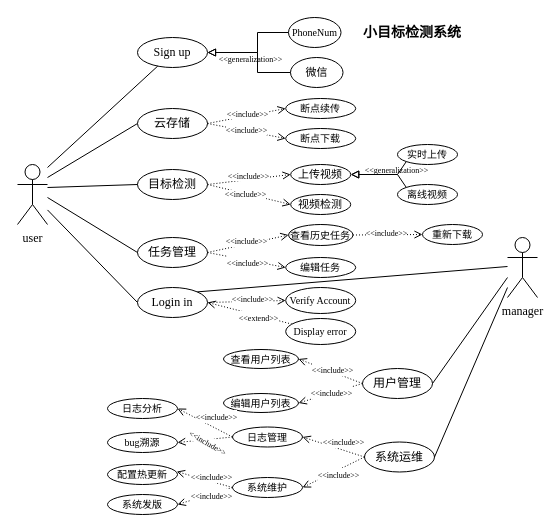
Earlier version of the draw.io diagram DrawIO_file/毕业论文画图/系统需求示例图.drawio (DingDongZz/typera_PicGO). Source tidied: cells renumbered, new cells numbered last; positions are measured from the earlier drawing's top-left corner, leaving out a move shared by most shapes. Both pictures are drawn from the tidied source at 100%, with x=0, y=0 at pixel (17, 17).
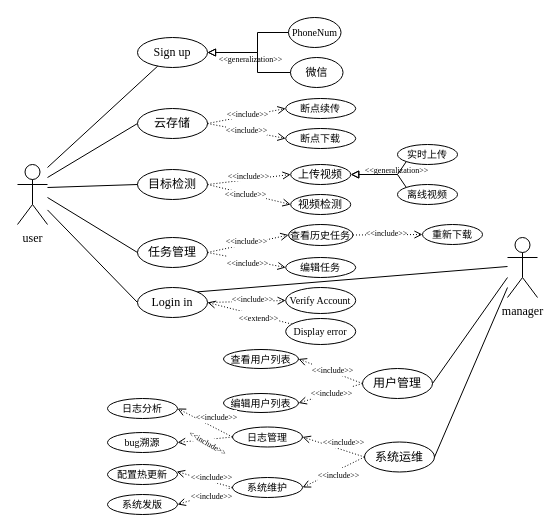
After the change.

Commit message:
更新系统需求示例图.drawio

What changed in the source:
```diff
@@
-    <mxCell id="70" value="&lt;b&gt;小目标检测系统&lt;/b&gt;" style="text;html=1;align=center;verticalAlign=middle;whiteSpace=wrap;rounded=0;fontSize=14;fontFamily=宋体;" parent="1" vertex="1">
-      <mxGeometry x="325" y="5.5" width="140" height="19" as="geometry" />
-    </mxCell>
```
